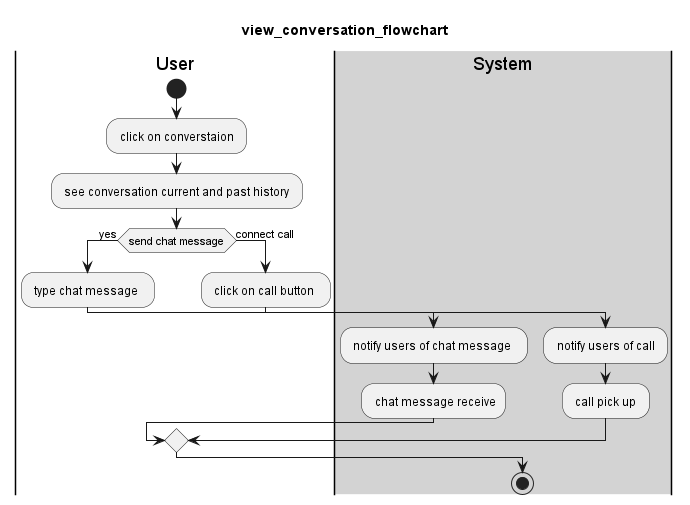
Earlier version of the PlantUML export out/Diagram/flowchart/communication/view_conversation_flowchart/view_conversation_flowchart.png (KTPx4/Social_Media). The source it was exported from:
```plantuml
@startuml
title view_conversation_flowchart
|User|
start
: click on converstaion ;
: see conversation current and past history ;

if(send chat message) then (yes)
: type chat message  ;
|#lightgray|System|
: notify users of chat message  ;
: chat message receive;
else(connect call)
|User|
: click on call button  ;
|#lightgray|System|
: notify users of call ;
: call pick up ;
endif

stop

@enduml
```
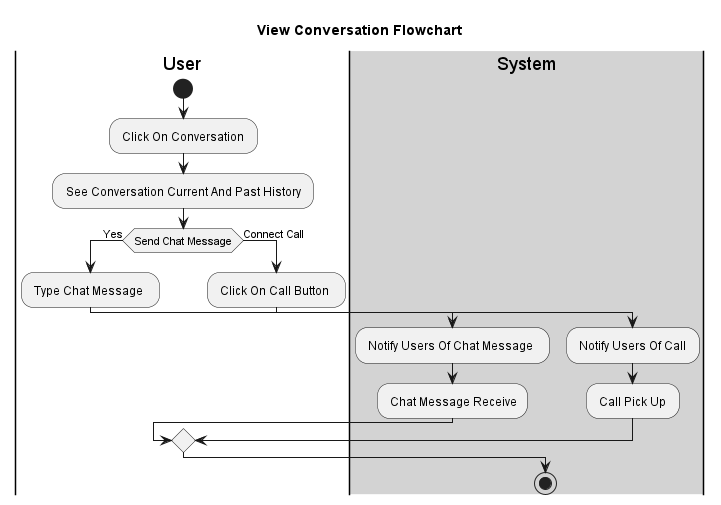
After the commit.

Diff of the diagram source:
```diff
@@ -1,21 +1,21 @@
 @startuml
-title view_conversation_flowchart
+title View Conversation Flowchart
 |User|
 start
-: click on converstaion ;
-: see conversation current and past history ;
+: Click On Conversation ;
+: See Conversation Current And Past History ;
 
-if(send chat message) then (yes)
-: type chat message  ;
+if(Send Chat Message) then (Yes)
+: Type Chat Message  ;
 |#lightgray|System|
-: notify users of chat message  ;
-: chat message receive;
-else(connect call)
+: Notify Users Of Chat Message  ;
+: Chat Message Receive;
+else(Connect Call)
 |User|
-: click on call button  ;
+: Click On Call Button  ;
 |#lightgray|System|
-: notify users of call ;
-: call pick up ;
+: Notify Users Of Call ;
+: Call Pick Up ;
 endif
 
 stop
```
